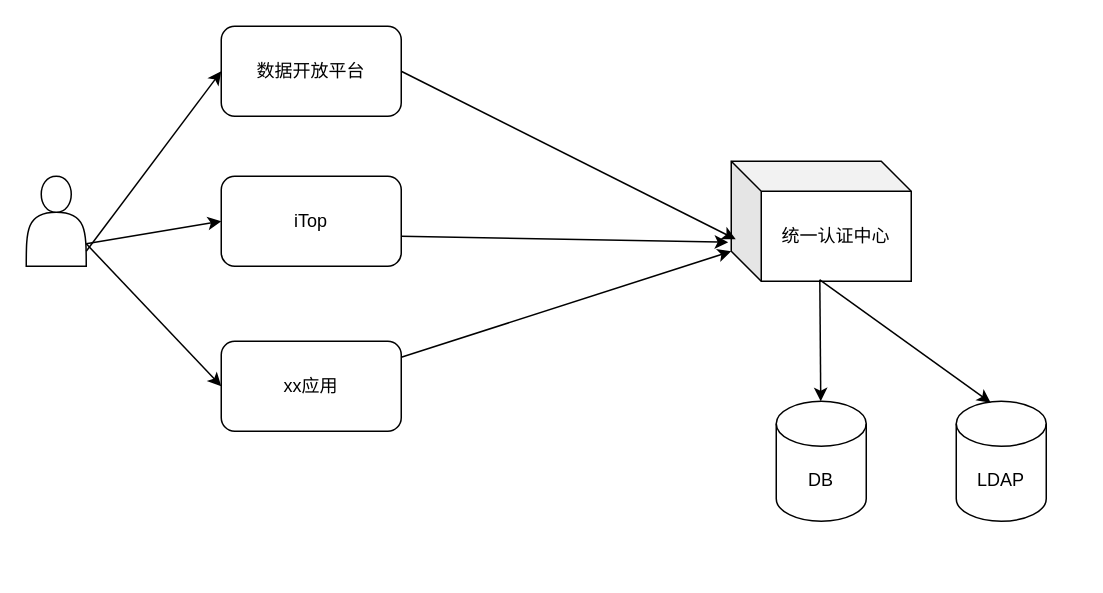
Before: user.drawio in luyuandeng/drawio, a draw.io diagram. Source tidied: cells renumbered, new cells numbered last; positions are measured from the earlier drawing's top-left corner, leaving out a move shared by most shapes. Both pictures are drawn from the tidied source at 150%, with x=0, y=0 at pixel (26, 26).
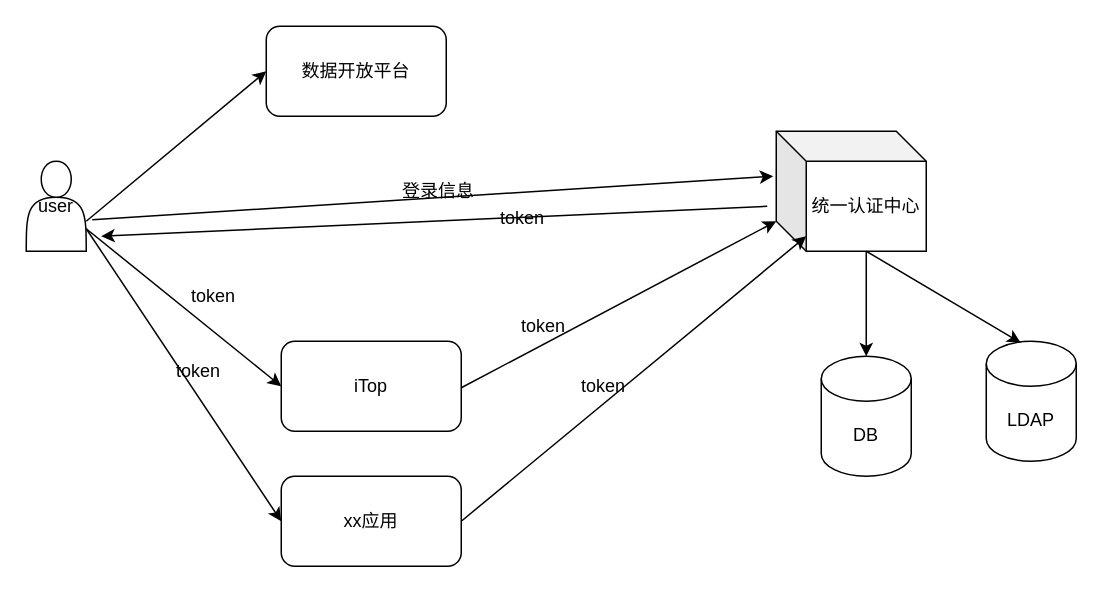
After the change.

Diff of the diagram source:
```diff
@@
-    <mxCell id="2" style="shape=actor;whiteSpace=wrap;html=1;" parent="1" vertex="1">
-      <mxGeometry y="100" width="40" height="60" as="geometry" />
+    <mxCell id="2" value="user" style="shape=actor;whiteSpace=wrap;html=1;" parent="1" vertex="1">
+      <mxGeometry y="90" width="40" height="60" as="geometry" />
     </mxCell>
     <mxCell id="3" value="数据开放平台" style="rounded=1;whiteSpace=wrap;html=1;" parent="1" vertex="1">
-      <mxGeometry x="130" width="120" height="60" as="geometry" />
+      <mxGeometry x="160" width="120" height="60" as="geometry" />
     </mxCell>
     <mxCell id="4" value="iTop" style="rounded=1;whiteSpace=wrap;html=1;" parent="1" vertex="1">
-      <mxGeometry x="130" y="100" width="120" height="60" as="geometry" />
+      <mxGeometry x="170" y="210" width="120" height="60" as="geometry" />
     </mxCell>
     <mxCell id="5" value="xx应用" style="rounded=1;whiteSpace=wrap;html=1;" parent="1" vertex="1">
-      <mxGeometry x="130" y="210" width="120" height="60" as="geometry" />
+      <mxGeometry x="170" y="300" width="120" height="60" as="geometry" />
     </mxCell>
     <mxCell id="6" value="统一认证中心" style="shape=cube;whiteSpace=wrap;html=1;boundedLbl=1;backgroundOutline=1;darkOpacity=0.05;darkOpacity2=0.1;" parent="1" vertex="1">
-      <mxGeometry x="470" y="90" width="120" height="80" as="geometry" />
+      <mxGeometry x="500" y="70" width="100" height="80" as="geometry" />
     </mxCell>
-    <mxCell id="7" style="endArrow=classic;html=1;entryX=0.025;entryY=0.65;entryDx=0;entryDy=0;entryPerimeter=0;exitX=1;exitY=0.5;exitDx=0;exitDy=0;" parent="1" edge="1" source="3" target="6">
-      <mxGeometry relative="1" as="geometry" />
-    </mxCell>
     <mxCell id="8" style="endArrow=classic;html=1;entryX=0;entryY=0.5;entryDx=0;entryDy=0;" parent="1" edge="1" target="3">
       <mxGeometry relative="1" as="geometry">
-        <mxPoint x="40" y="150" as="sourcePoint" />
+        <mxPoint x="40" y="130" as="sourcePoint" />
       </mxGeometry>
     </mxCell>
@@
     <mxCell id="11" value="DB" style="shape=cylinder3;whiteSpace=wrap;html=1;boundedLbl=1;backgroundOutline=1;size=15;" parent="1" vertex="1">
-      <mxGeometry x="500" y="250" width="60" height="80" as="geometry" />
+      <mxGeometry x="530" y="220" width="60" height="80" as="geometry" />
     </mxCell>
     <mxCell id="12" value="LDAP" style="shape=cylinder3;whiteSpace=wrap;html=1;boundedLbl=1;backgroundOutline=1;size=15;" parent="1" vertex="1">
-      <mxGeometry x="620" y="250" width="60" height="80" as="geometry" />
+      <mxGeometry x="640" y="210" width="60" height="80" as="geometry" />
     </mxCell>
-    <mxCell id="13" style="endArrow=classic;html=1;exitX=0.492;exitY=0.988;exitDx=0;exitDy=0;exitPerimeter=0;" parent="1" edge="1" source="6" target="11">
+    <mxCell id="13" style="endArrow=classic;html=1;exitX=0;exitY=0;exitDx=60;exitDy=80;exitPerimeter=0;" parent="1" edge="1" source="6" target="11">
       <mxGeometry relative="1" as="geometry" />
     </mxCell>
-    <mxCell id="14" style="endArrow=classic;html=1;exitX=0.492;exitY=0.988;exitDx=0;exitDy=0;exitPerimeter=0;entryX=0.383;entryY=0.013;entryDx=0;entryDy=0;entryPerimeter=0;" parent="1" edge="1" source="6" target="12">
+    <mxCell id="14" style="endArrow=classic;html=1;exitX=0;exitY=0;exitDx=60;exitDy=80;exitPerimeter=0;entryX=0.383;entryY=0.013;entryDx=0;entryDy=0;entryPerimeter=0;" parent="1" edge="1" source="6" target="12">
       <mxGeometry relative="1" as="geometry" />
     </mxCell>
-    <mxCell id="15" style="endArrow=classic;html=1;entryX=-0.017;entryY=0.675;entryDx=0;entryDy=0;entryPerimeter=0;" parent="1" edge="1" target="6">
+    <mxCell id="15" style="endArrow=classic;html=1;exitX=1.1;exitY=0.65;exitDx=0;exitDy=0;exitPerimeter=0;" parent="1" edge="1" source="2">
       <mxGeometry relative="1" as="geometry">
-        <mxPoint x="250" y="140" as="sourcePoint" />
+        <mxPoint x="498" y="100" as="targetPoint" />
       </mxGeometry>
     </mxCell>
-    <mxCell id="16" style="endArrow=classic;html=1;" parent="1" edge="1" source="5">
+    <mxCell id="16" style="endArrow=classic;html=1;entryX=0;entryY=0;entryDx=0;entryDy=60;entryPerimeter=0;" parent="1" edge="1" target="6">
       <mxGeometry relative="1" as="geometry">
-        <mxPoint x="470" y="150" as="targetPoint" />
+        <mxPoint x="290" y="241" as="sourcePoint" />
       </mxGeometry>
     </mxCell>
+    <mxCell id="17" style="endArrow=classic;html=1;" parent="1" edge="1">
+      <mxGeometry relative="1" as="geometry">
+        <mxPoint x="494" y="120" as="sourcePoint" />
+        <mxPoint x="50" y="140" as="targetPoint" />
+        <Array as="points">
+          <mxPoint x="494" y="120" />
+        </Array>
+      </mxGeometry>
+    </mxCell>
+    <mxCell id="18" style="endArrow=classic;html=1;exitX=1;exitY=0.5;exitDx=0;exitDy=0;" parent="1" edge="1" source="5">
+      <mxGeometry relative="1" as="geometry">
+        <mxPoint x="520" y="140" as="targetPoint" />
+      </mxGeometry>
+    </mxCell>
+    <mxCell id="19" value="登录信息" style="text;html=1;strokeColor=none;fillColor=none;align=center;verticalAlign=middle;whiteSpace=wrap;rounded=0;" parent="1" vertex="1">
+      <mxGeometry x="250" y="100" width="50" height="20" as="geometry" />
+    </mxCell>
+    <mxCell id="20" value="token" style="text;html=1;strokeColor=none;fillColor=none;align=center;verticalAlign=middle;whiteSpace=wrap;rounded=0;" parent="1" vertex="1">
+      <mxGeometry x="306" y="118" width="50" height="20" as="geometry" />
+    </mxCell>
+    <mxCell id="21" value="token" style="text;html=1;strokeColor=none;fillColor=none;align=center;verticalAlign=middle;whiteSpace=wrap;rounded=0;" parent="1" vertex="1">
+      <mxGeometry x="100" y="170" width="50" height="20" as="geometry" />
+    </mxCell>
+    <mxCell id="22" value="token" style="text;html=1;strokeColor=none;fillColor=none;align=center;verticalAlign=middle;whiteSpace=wrap;rounded=0;" parent="1" vertex="1">
+      <mxGeometry x="320" y="190" width="50" height="20" as="geometry" />
+    </mxCell>
+    <mxCell id="23" value="token" style="text;html=1;strokeColor=none;fillColor=none;align=center;verticalAlign=middle;whiteSpace=wrap;rounded=0;" parent="1" vertex="1">
+      <mxGeometry x="90" y="220" width="50" height="20" as="geometry" />
+    </mxCell>
+    <mxCell id="24" value="token" style="text;html=1;strokeColor=none;fillColor=none;align=center;verticalAlign=middle;whiteSpace=wrap;rounded=0;" parent="1" vertex="1">
+      <mxGeometry x="360" y="230" width="50" height="20" as="geometry" />
+    </mxCell>
```
